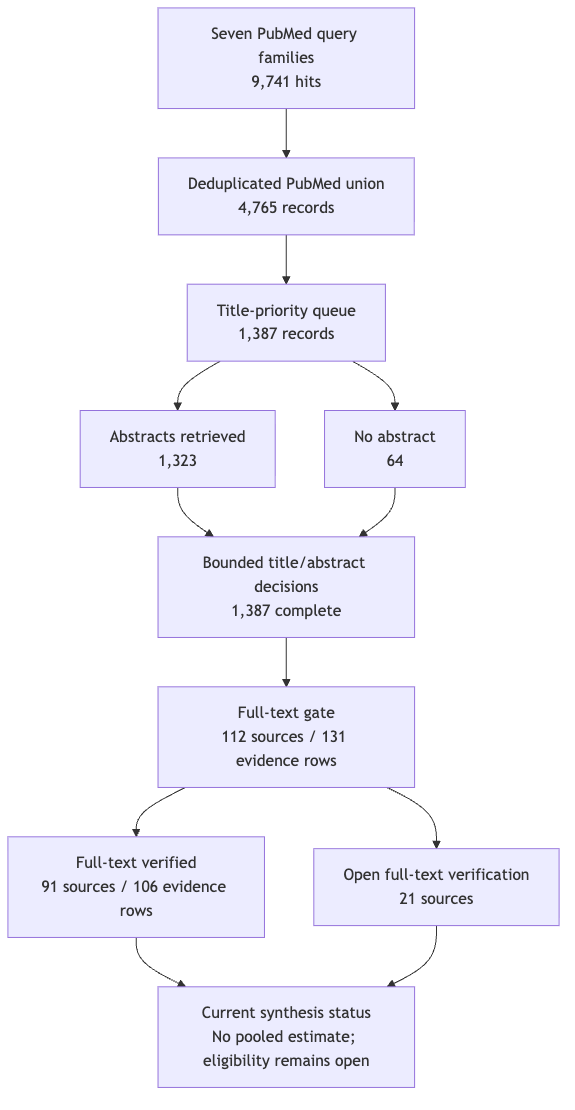
The Mermaid diagram manuscript/figures/figure-3-review-flow.png in dcmcshan/artemisia, before a commit. Its source is kept beside it as manuscript/figures/figure-3-review-flow.mmd.
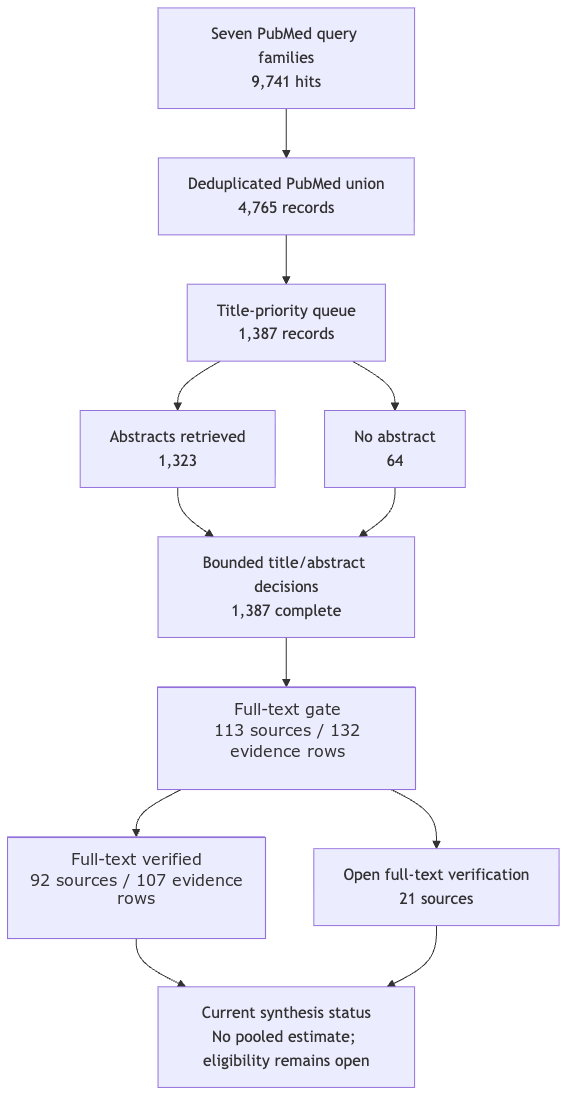
After the change.

Diff of the diagram source:
```diff
@@ -5,8 +5,8 @@
   C --> E["No abstract<br/>64"]
   D --> F["Bounded title/abstract decisions<br/>1,387 complete"]
   E --> F
-  F --> G["Full-text gate<br/>112 sources / 131 evidence rows"]
-  G --> H["Full-text verified<br/>91 sources / 106 evidence rows"]
+  F --> G["Full-text gate<br/>113 sources / 132 evidence rows"]
+  G --> H["Full-text verified<br/>92 sources / 107 evidence rows"]
   G --> I["Open full-text verification<br/>21 sources"]
   H --> J["Current synthesis status<br/>No pooled estimate; eligibility remains open"]
   I --> J
```
